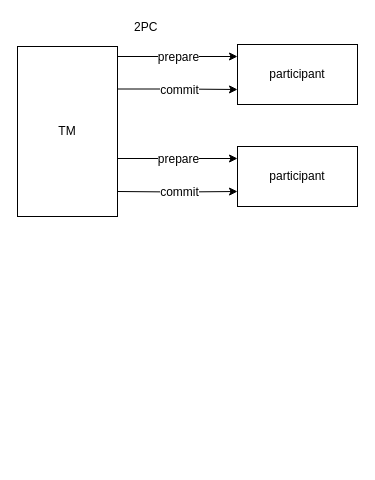
Before: transaction.drawio in MihirrajDixit/drawio, a draw.io diagram. Source tidied: cells renumbered, new cells numbered last; positions are measured from the earlier drawing's top-left corner, leaving out a move shared by most shapes. Both pictures are drawn from the tidied source at 100%, with x=0, y=0 at pixel (17, 17).
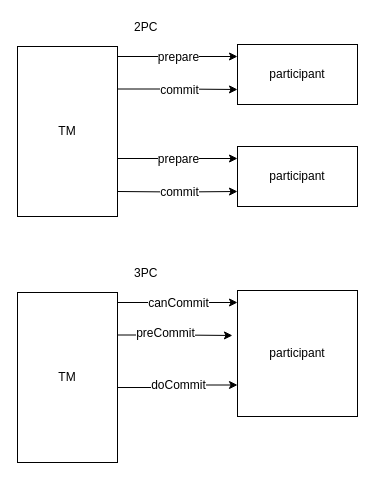
The same page after the edit.

Change to the diagram source:
```diff
@@
+    <mxCell id="14" style="edgeStyle=orthogonalEdgeStyle;rounded=0;jettySize=auto;html=1;exitX=1;exitY=0.559;exitDx=0;exitDy=0;entryX=0;entryY=0.75;entryDx=0;entryDy=0;exitPerimeter=0;" parent="1" edge="1" source="18" target="19">
+      <mxGeometry relative="1" as="geometry" />
+    </mxCell>
+    <mxCell id="15" value="doCommit" style="text;html=1;align=center;verticalAlign=middle;labelBackgroundColor=#ffffff;" parent="14" vertex="1">
+      <mxGeometry x="0.03" relative="1" as="geometry" />
+    </mxCell>
+    <mxCell id="16" style="edgeStyle=orthogonalEdgeStyle;rounded=0;jettySize=auto;html=1;exitX=1;exitY=0.25;exitDx=0;exitDy=0;entryX=-0.042;entryY=0.357;entryDx=0;entryDy=0;entryPerimeter=0;" parent="1" edge="1" source="18" target="19">
+      <mxGeometry relative="1" as="geometry" />
+    </mxCell>
+    <mxCell id="17" value="preCommit" style="text;html=1;align=center;verticalAlign=middle;labelBackgroundColor=#ffffff;" parent="16" vertex="1">
+      <mxGeometry x="-0.18" y="2" relative="1" as="geometry" />
+    </mxCell>
+    <mxCell id="18" value="TM" style="rounded=0;whiteSpace=wrap;html=1;" parent="1" vertex="1">
+      <mxGeometry y="275" width="100" height="170" as="geometry" />
+    </mxCell>
+    <mxCell id="19" value="participant" style="rounded=0;whiteSpace=wrap;html=1;" parent="1" vertex="1">
+      <mxGeometry x="220" y="273" width="120" height="126" as="geometry" />
+    </mxCell>
+    <mxCell id="20" style="edgeStyle=orthogonalEdgeStyle;rounded=0;orthogonalLoop=1;jettySize=auto;html=1;exitX=1;exitY=0.25;exitDx=0;exitDy=0;entryX=0;entryY=0.75;entryDx=0;entryDy=0;" parent="1" edge="1">
+      <mxGeometry relative="1" as="geometry">
+        <mxPoint x="100" y="285" as="sourcePoint" />
+        <mxPoint x="220" y="285" as="targetPoint" />
+      </mxGeometry>
+    </mxCell>
+    <mxCell id="21" value="canCommit" style="text;html=1;align=center;verticalAlign=middle;labelBackgroundColor=#ffffff;" parent="20" vertex="1">
+      <mxGeometry x="-0.32" y="-2" relative="1" as="geometry">
+        <mxPoint x="19" y="-2" as="offset" />
+      </mxGeometry>
+    </mxCell>
+    <mxCell id="22" value="3PC" style="text;html=1;align=left;verticalAlign=top;spacingTop=-4;" parent="1" vertex="1">
+      <mxGeometry x="115" y="246" width="33" height="14" as="geometry" />
+    </mxCell>
```
